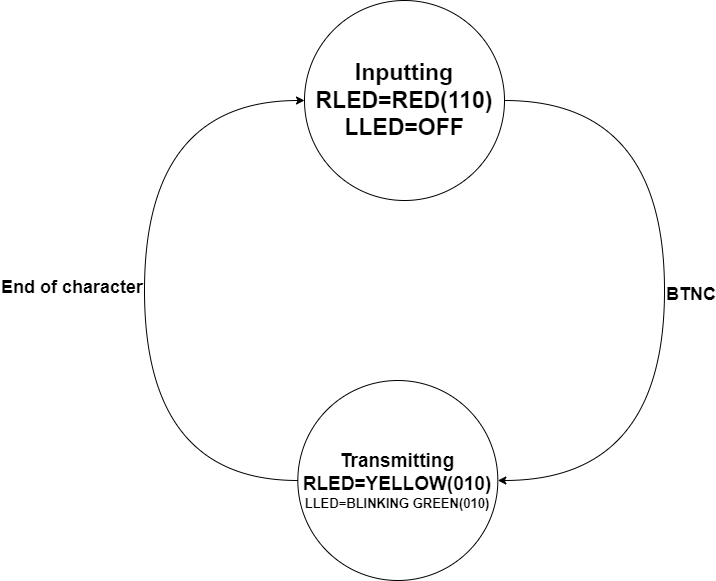
Before: project/images/projekt_state_diagrampng.png, a diagram exported from draw.io (MusicalTester63/digital-electronics-1). Source tidied: cells renumbered, new cells last; positions are measured from the earlier drawing's top-left corner, leaving out a move shared by most shapes.
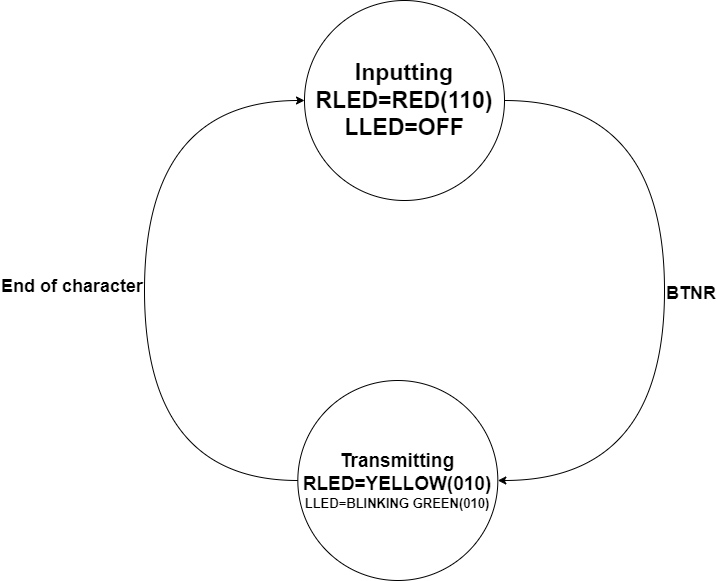
After the change.

What changed in the source:
```diff
@@ -16,7 +16,7 @@
     <mxCell id="4" value="&lt;font style=&quot;font-size: 19px&quot;&gt;&lt;font style=&quot;font-weight: bold ; font-size: 19px&quot;&gt;Transmitting&lt;/font&gt;&lt;b&gt;&lt;font style=&quot;font-size: 19px&quot;&gt;&lt;br&gt;&lt;/font&gt;&lt;/b&gt;&lt;/font&gt;&lt;font&gt;&lt;b&gt;&lt;font&gt;&lt;span style=&quot;font-size: 19px&quot;&gt;RLED=YELLOW(010)&lt;/span&gt;&lt;br&gt;&lt;font style=&quot;font-size: 13px&quot;&gt;LLED=BLINKING GREEN(010)&lt;/font&gt;&lt;/font&gt;&lt;/b&gt;&lt;br&gt;&lt;/font&gt;" style="ellipse;whiteSpace=wrap;html=1;" parent="1" vertex="1">
       <mxGeometry x="153.3" y="380" width="200" height="200" as="geometry" />
     </mxCell>
-    <mxCell id="5" value="&lt;font style=&quot;font-size: 18px&quot;&gt;&lt;b&gt;BTNC&lt;/b&gt;&lt;/font&gt;" style="edgeStyle=orthogonalEdgeStyle;rounded=0;jettySize=auto;html=1;exitX=1;exitY=0.5;exitDx=0;exitDy=0;entryX=1;entryY=0.5;entryDx=0;entryDy=0;curved=1;align=left;labelBackgroundColor=none;" parent="1" edge="1" source="2" target="4">
+    <mxCell id="5" value="&lt;font style=&quot;font-size: 18px&quot;&gt;&lt;b&gt;BTNR&lt;/b&gt;&lt;/font&gt;" style="edgeStyle=orthogonalEdgeStyle;rounded=0;jettySize=auto;html=1;exitX=1;exitY=0.5;exitDx=0;exitDy=0;entryX=1;entryY=0.5;entryDx=0;entryDy=0;curved=1;align=left;labelBackgroundColor=none;" parent="1" edge="1" source="2" target="4">
       <mxGeometry relative="1" as="geometry">
         <Array as="points">
           <mxPoint x="520" y="100" />
```
